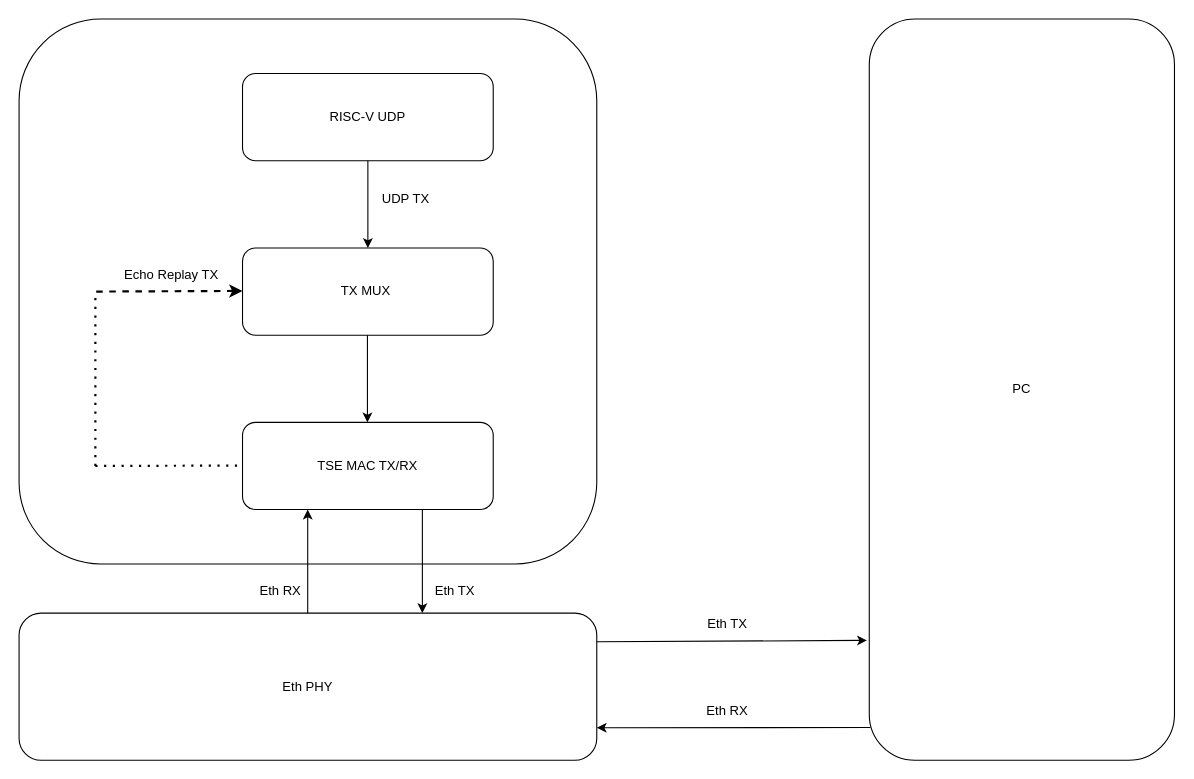
The draw.io diagram UDP.drawio in shenwangchong/learngit, before the edit. Source tidied: cells renumbered, new cells numbered last; positions are measured from the earlier drawing's top-left corner, leaving out a move shared by most shapes. Both pictures are drawn from the tidied source at 109%, with x=0, y=0 at pixel (19, 19).
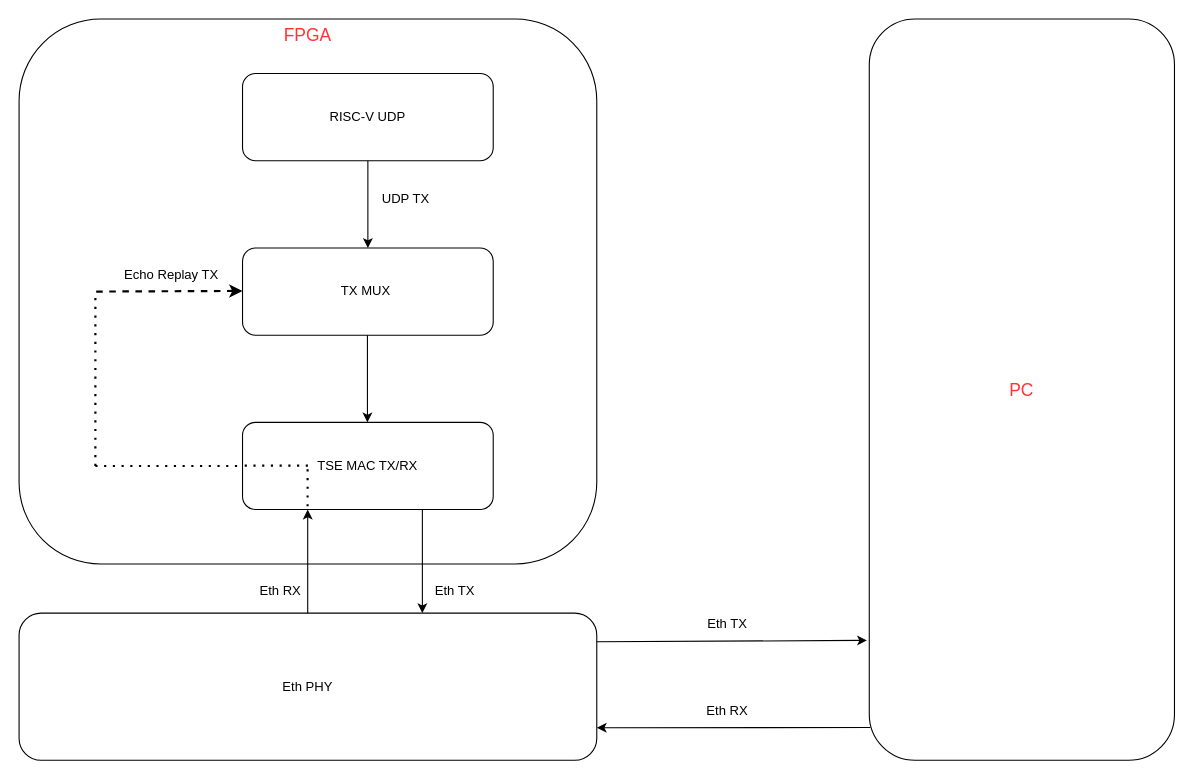
The same page after the edit.

The change refers to these unchanged cells:
```xml
<mxCell id="4" value="TSE MAC TX/RX" style="rounded=1;whiteSpace=wrap;html=1;" parent="1" vertex="1">
  <mxGeometry x="205" y="370" width="230" height="80" as="geometry" />
</mxCell>
```

The edit, as a diff of the source:
```diff
@@
-    <mxCell id="10" value="PC" style="rounded=1;whiteSpace=wrap;html=1;" parent="1" vertex="1">
+    <mxCell id="10" value="&lt;font style=&quot;font-size: 16px; color: rgb(255, 51, 51);&quot;&gt;PC&lt;/font&gt;" style="rounded=1;whiteSpace=wrap;html=1;" parent="1" vertex="1">
       <mxGeometry x="780" width="280" height="680" as="geometry" />
     </mxCell>
@@
-    <mxCell id="14" style="endArrow=none;dashed=1;html=1;dashPattern=1 3;strokeWidth=2;rounded=0;" parent="1" edge="1">
+    <mxCell id="14" style="endArrow=none;dashed=1;html=1;dashPattern=1 3;strokeWidth=2;rounded=0;" parent="1" edge="1" target="4">
       <mxGeometry relative="1" as="geometry">
         <mxPoint x="70" y="410" as="sourcePoint" />
-        <mxPoint x="205" y="409.6" as="targetPoint" />
       </mxGeometry>
     </mxCell>
@@
+    <mxCell id="23" style="endArrow=none;dashed=1;html=1;dashPattern=1 3;strokeWidth=2;rounded=0;" parent="1" edge="1">
+      <mxGeometry relative="1" as="geometry">
+        <mxPoint x="264.7" y="447" as="sourcePoint" />
+        <mxPoint x="264.7" y="407" as="targetPoint" />
+      </mxGeometry>
+    </mxCell>
+    <mxCell id="24" style="endArrow=none;dashed=1;html=1;dashPattern=1 3;strokeWidth=2;rounded=0;" parent="1" edge="1">
+      <mxGeometry relative="1" as="geometry">
+        <mxPoint x="265" y="409.7" as="sourcePoint" />
+        <mxPoint x="205" y="409.7" as="targetPoint" />
+      </mxGeometry>
+    </mxCell>
+    <mxCell id="25" value="&lt;font style=&quot;color: rgb(255, 51, 51); font-size: 16px;&quot;&gt;FPGA&lt;/font&gt;" style="text;html=1;whiteSpace=wrap;strokeColor=none;fillColor=none;align=center;verticalAlign=middle;rounded=0;" parent="1" vertex="1">
+      <mxGeometry x="235" width="60" height="30" as="geometry" />
+    </mxCell>
```
